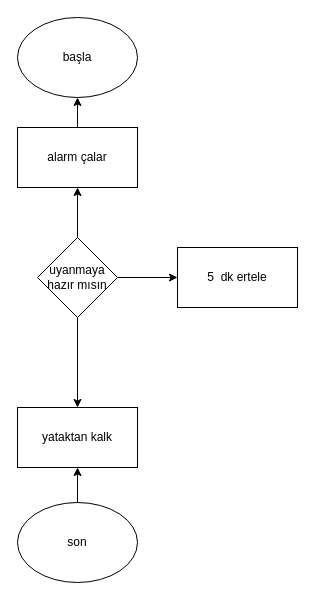
spartacus76/kamp-ntro keeps this draw.io diagram as Untitled Diagram.drawio. Above is the earlier version. Source tidied: cells renumbered, new cells numbered last; positions are measured from the earlier drawing's top-left corner, leaving out a move shared by most shapes. Both pictures are drawn from the tidied source at 100%, with x=0, y=0 at pixel (17, 17).
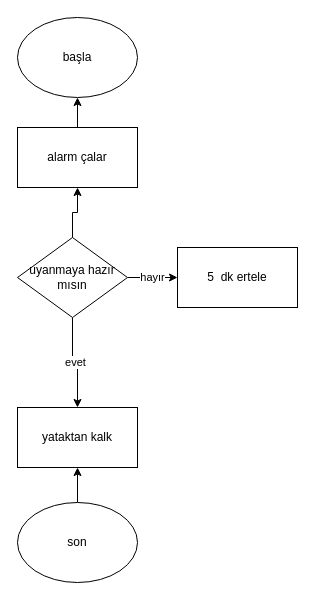
After the change.

Commit message:
sabah algoritması

What changed in the source:
```diff
@@
 <mxGraphModel>
   <root>
     <mxCell id="0" />
     <mxCell id="1" parent="0" />
     <mxCell id="2" value="başla" style="ellipse;whiteSpace=wrap;html=1;" parent="1" vertex="1">
       <mxGeometry width="120" height="80" as="geometry" />
     </mxCell>
     <mxCell id="3" style="edgeStyle=orthogonalEdgeStyle;rounded=0;jettySize=auto;html=1;" parent="1" edge="1" source="4" target="2">
       <mxGeometry relative="1" as="geometry" />
     </mxCell>
     <mxCell id="4" value="alarm çalar" style="rounded=0;whiteSpace=wrap;html=1;" parent="1" vertex="1">
       <mxGeometry y="110" width="120" height="60" as="geometry" />
     </mxCell>
-    <mxCell id="5" style="edgeStyle=orthogonalEdgeStyle;rounded=0;jettySize=auto;html=1;" parent="1" edge="1" source="8" target="9">
+    <mxCell id="5" value="hayır" style="edgeStyle=orthogonalEdgeStyle;rounded=0;jettySize=auto;html=1;" parent="1" edge="1" source="8" target="9">
       <mxGeometry relative="1" as="geometry" />
     </mxCell>
-    <mxCell id="6" style="edgeStyle=orthogonalEdgeStyle;rounded=0;jettySize=auto;html=1;" parent="1" edge="1" source="8" target="10">
+    <mxCell id="6" value="evet" style="edgeStyle=orthogonalEdgeStyle;rounded=0;jettySize=auto;html=1;" parent="1" edge="1" source="8" target="10">
       <mxGeometry relative="1" as="geometry" />
     </mxCell>
     <mxCell id="7" style="edgeStyle=orthogonalEdgeStyle;rounded=0;jettySize=auto;html=1;" parent="1" edge="1" source="8" target="4">
       <mxGeometry relative="1" as="geometry" />
     </mxCell>
     <mxCell id="8" value="uyanmaya hazır mısın" style="rhombus;whiteSpace=wrap;html=1;" parent="1" vertex="1">
-      <mxGeometry x="20" y="220" width="80" height="80" as="geometry" />
+      <mxGeometry y="220" width="110" height="80" as="geometry" />
     </mxCell>
     <mxCell id="9" value="5&amp;nbsp; dk ertele" style="whiteSpace=wrap;html=1;" parent="1" vertex="1">
       <mxGeometry x="160" y="230" width="120" height="60" as="geometry" />
     </mxCell>
     <mxCell id="10" value="yataktan kalk" style="whiteSpace=wrap;html=1;" parent="1" vertex="1">
       <mxGeometry y="390" width="120" height="60" as="geometry" />
     </mxCell>
     <mxCell id="11" style="edgeStyle=orthogonalEdgeStyle;rounded=0;jettySize=auto;html=1;" parent="1" edge="1" source="12" target="10">
       <mxGeometry relative="1" as="geometry" />
     </mxCell>
     <mxCell id="12" value="son" style="ellipse;whiteSpace=wrap;html=1;" parent="1" vertex="1">
       <mxGeometry y="485" width="120" height="80" as="geometry" />
     </mxCell>
   </root>
 </mxGraphModel>
```
